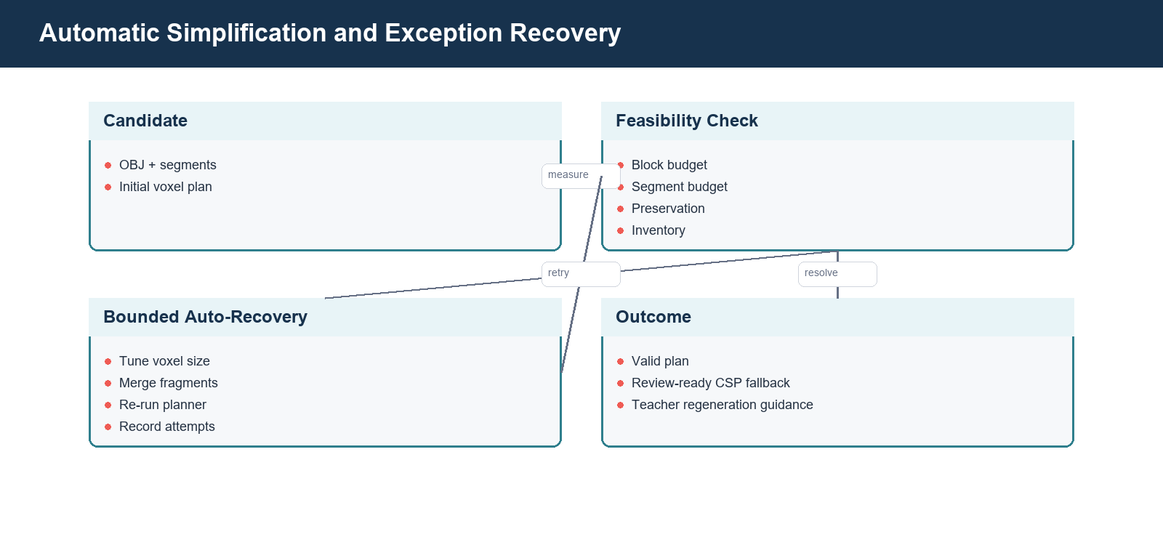
Above: docs/images/handoff/diagram-automatic-recovery.png in yujia-l/BrickSmart (Mermaid), before the change. Its source is kept beside it as docs/images/handoff/diagram-automatic-recovery.mmd.
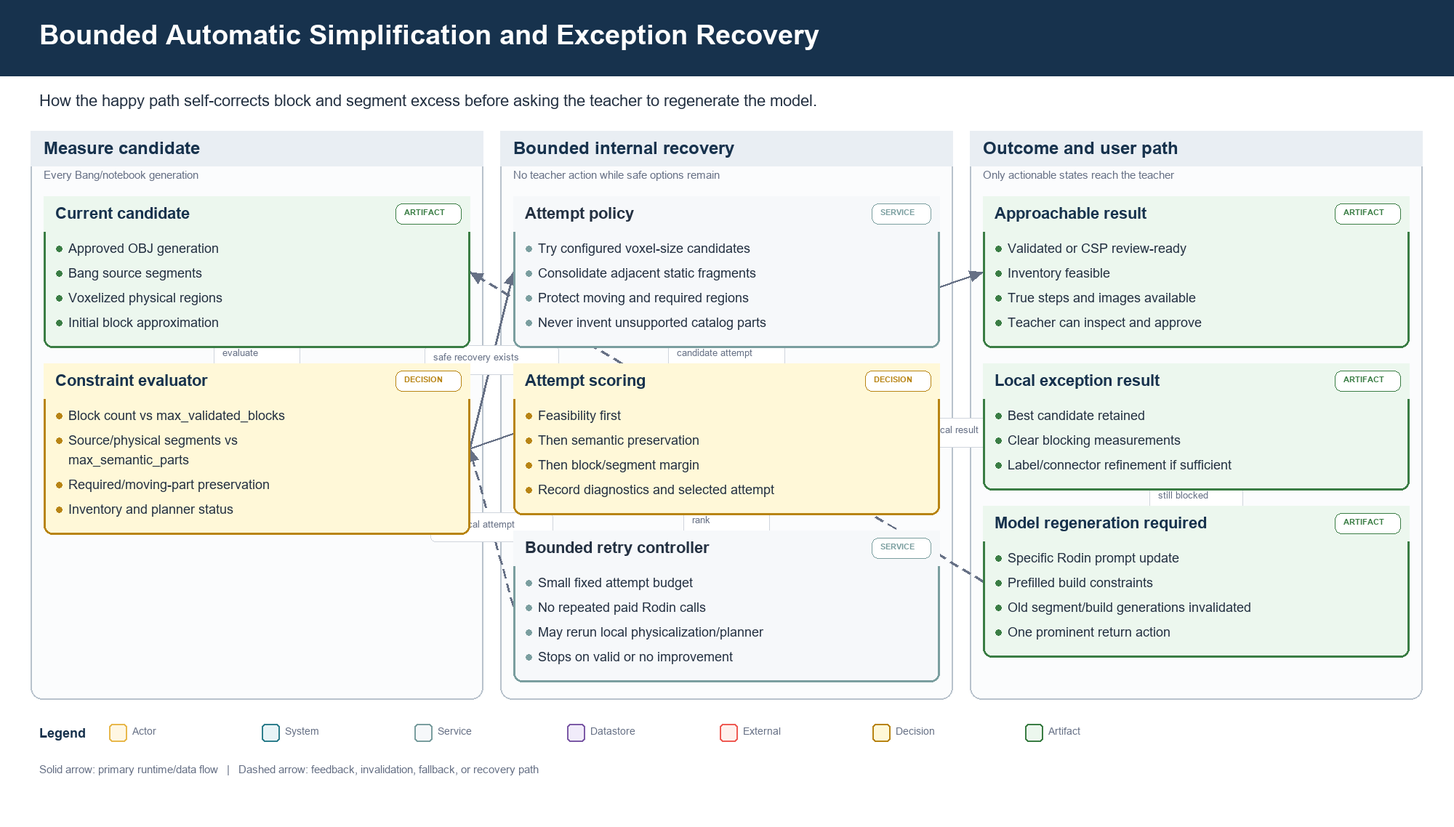
Above is the later version.

What changed in the source:
```diff
@@ -1,11 +1,34 @@
 flowchart LR
-  N0["Candidate<br/>OBJ + segments<br/>Initial voxel plan"]
-  N1["Feasibility Check<br/>Block budget<br/>Segment budget<br/>Preservation<br/>Inventory"]
-  N2["Bounded Auto-Recovery<br/>Tune voxel size<br/>Merge fragments<br/>Re-run planner<br/>Record attempts"]
-  N3["Outcome<br/>Valid plan<br/>Review-ready CSP fallback<br/>Teacher regeneration guidance"]
-  N0 -->|measure| N1
-  N1 -->|if recoverable| N2
-  N2 -->|retry| N1
-  N1 -->|resolve| N3
-  classDef primary fill:#E8F4F7,stroke:#2F7F8D,color:#17324D,stroke-width:2px;
-  class N0,N1,N2,N3,N4,N5 primary;
+  subgraph S0["Measure candidate - Every Bang/notebook generation"]
+    direction TB
+    candidate["Current candidate<br/>Approved OBJ generation<br/>Bang source segments<br/>Voxelized physical regions<br/>Initial block approximation"]:::artifact
+    measure["Constraint evaluator<br/>Block count vs max_validated_blocks<br/>Source/physical segments vs max_semantic_parts<br/>Required/moving-part preservation<br/>Inventory and planner status"]:::decision
+  end
+  subgraph S1["Bounded internal recovery - No teacher action while safe options remain"]
+    direction TB
+    tune["Attempt policy<br/>Try configured voxel-size candidates<br/>Consolidate adjacent static fragments<br/>Protect moving and required regions<br/>Never invent unsupported catalog parts"]:::service
+    score["Attempt scoring<br/>Feasibility first<br/>Then semantic preservation<br/>Then block/segment margin<br/>Record diagnostics and selected attempt"]:::decision
+    retry["Bounded retry controller<br/>Small fixed attempt budget<br/>No repeated paid Rodin calls<br/>May rerun local physicalization/planner<br/>Stops on valid or no improvement"]:::service
+  end
+  subgraph S2["Outcome and user path - Only actionable states reach the teacher"]
+    direction TB
+    valid["Approachable result<br/>Validated or CSP review-ready<br/>Inventory feasible<br/>True steps and images available<br/>Teacher can inspect and approve"]:::artifact
+    recoverable["Local exception result<br/>Best candidate retained<br/>Clear blocking measurements<br/>Label/connector refinement if sufficient"]:::artifact
+    regen["Model regeneration required<br/>Specific Rodin prompt update<br/>Prefilled build constraints<br/>Old segment/build generations invalidated<br/>One prominent return action"]:::artifact
+  end
+  candidate -->|evaluate| measure
+  measure -->|all gates pass| valid
+  measure -->|safe recovery exists| tune
+  tune -->|candidate attempt| score
+  score -->|rank| retry
+  retry -.->|next local attempt| measure
+  score -->|best local result| recoverable
+  recoverable -->|still blocked| regen
+  regen -.->|new model generation| candidate
+  classDef actor fill:#FFF7E3,stroke:#E8B84C,color:#17324D,stroke-width:2px;
+  classDef system fill:#E8F4F7,stroke:#2F7F8D,color:#17324D,stroke-width:2px;
+  classDef service fill:#F6F8FA,stroke:#7A9E9F,color:#243142,stroke-width:2px;
+  classDef datastore fill:#F1ECFA,stroke:#7C5AA6,color:#17324D,stroke-width:2px;
+  classDef external fill:#FFF0ED,stroke:#EF5B54,color:#17324D,stroke-width:2px;
+  classDef decision fill:#FFF8D8,stroke:#B88413,color:#17324D,stroke-width:2px;
+  classDef artifact fill:#ECF7EE,stroke:#3A7D44,color:#17324D,stroke-width:2px;
```
